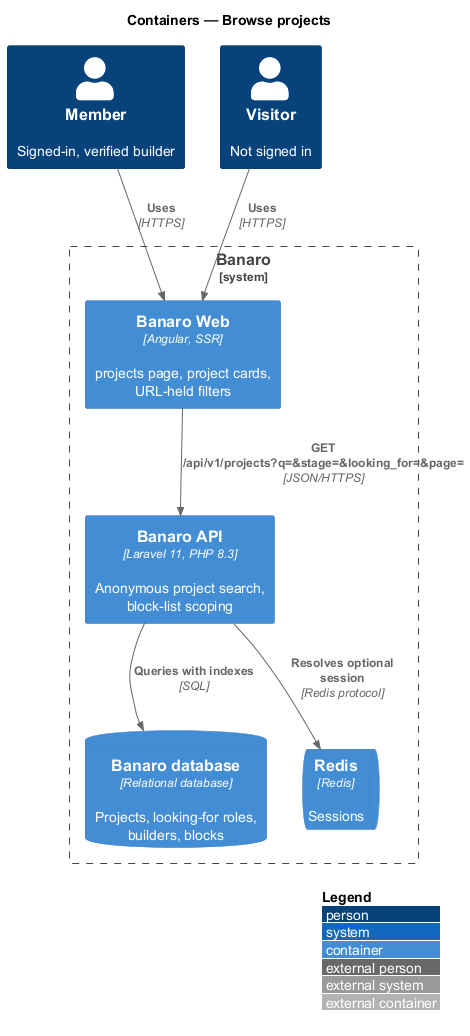
This is docs/detailed-designs/projects/browse-projects/diagrams/c4-container.png from QuinntyneBrown/banaro, a PlantUML export, as it was before one commit. Source of this version:
```plantuml
@startuml
!include <C4/C4_Container>
LAYOUT_WITH_LEGEND()
title Containers — Browse projects

Person(member, "Member", "Signed-in, verified builder")
Person(visitor, "Visitor", "Not signed in")

System_Boundary(banaro, "Banaro") {
  Container(web, "Banaro Web", "Angular, SSR", "projects page, project cards, URL-held filters")
  Container(api, "Banaro API", "Laravel 11, PHP 8.3", "Anonymous project search, block-list scoping")
  ContainerDb(db, "Banaro database", "Relational database", "Projects, looking-for roles, builders, blocks")
  ContainerQueue(redis, "Redis", "Redis", "Sessions")
}

Rel(member, web, "Uses", "HTTPS")
Rel(visitor, web, "Uses", "HTTPS")
Rel(web, api, "GET /api/v1/projects?q=&stage=&looking_for=&page=", "JSON/HTTPS")
Rel(api, redis, "Resolves optional session", "Redis protocol")
Rel(api, db, "Queries with indexes", "SQL")
@enduml
```
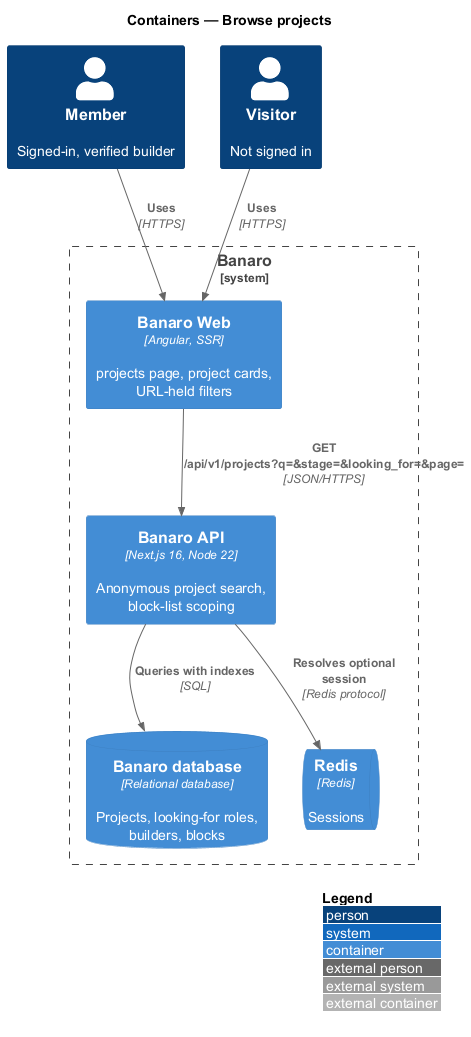
The same file after the commit.

The edit, as a diff of the source:
```diff
@@ -8,7 +8,7 @@
 
 System_Boundary(banaro, "Banaro") {
   Container(web, "Banaro Web", "Angular, SSR", "projects page, project cards, URL-held filters")
-  Container(api, "Banaro API", "Laravel 11, PHP 8.3", "Anonymous project search, block-list scoping")
+  Container(api, "Banaro API", "Next.js 16, Node 22", "Anonymous project search, block-list scoping")
   ContainerDb(db, "Banaro database", "Relational database", "Projects, looking-for roles, builders, blocks")
   ContainerQueue(redis, "Redis", "Redis", "Sessions")
 }
```
